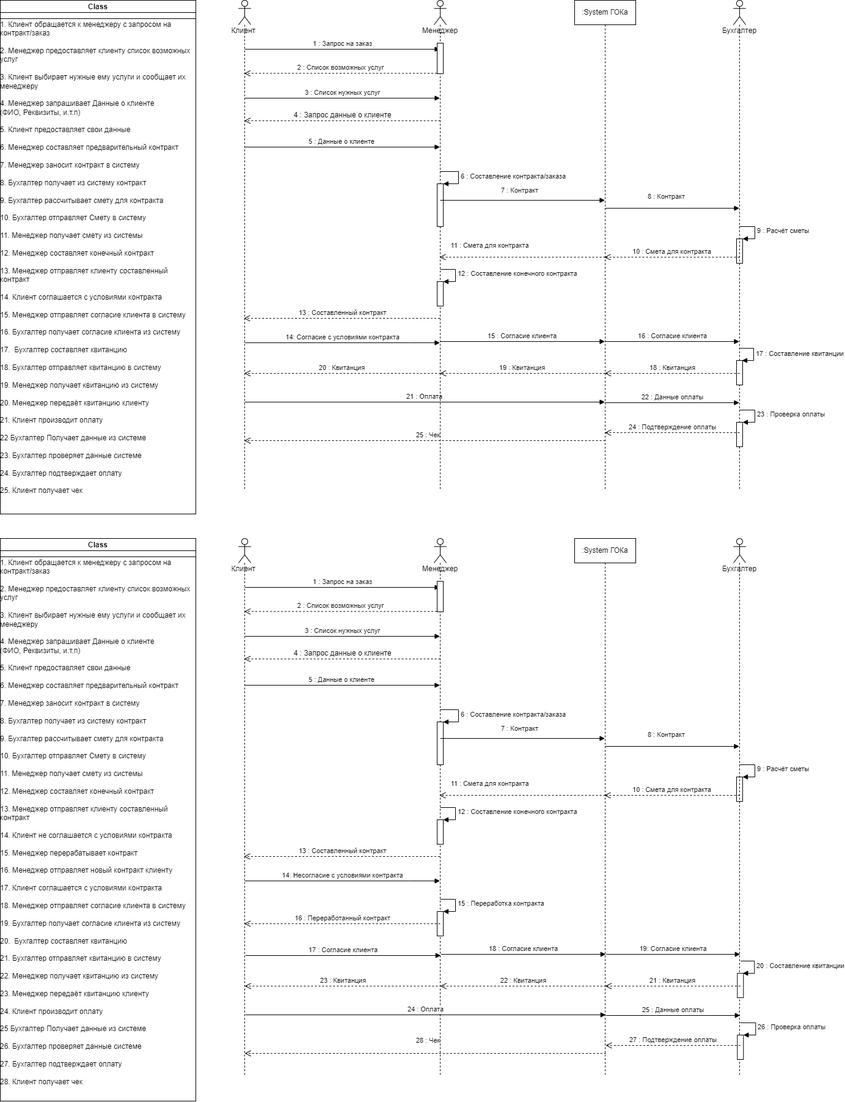
Earlier version of the draw.io export InteractionDiagram.drawio.png (Awftf/UML). Source tidied: cells renumbered, new cells last; positions are measured from the earlier drawing's top-left corner, leaving out a move shared by most shapes.
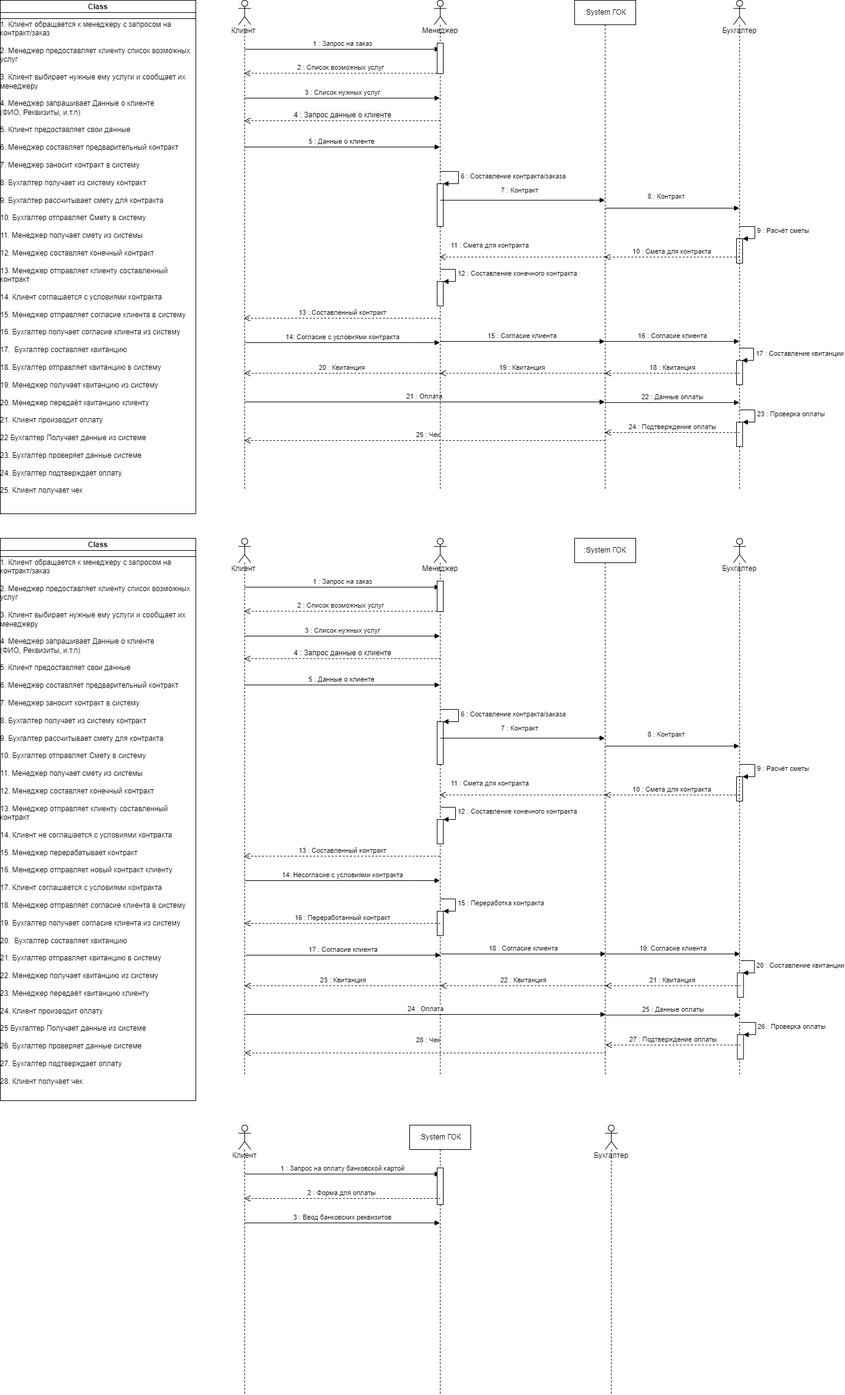
Above is the later version.

The edit, as a diff of the source:
```diff
@@ -105,7 +105,7 @@
     <mxCell id="22" value="2 : Список возможных услуг" style="html=1;verticalAlign=bottom;endArrow=open;dashed=1;endSize=8;rounded=0;exitX=-0.06;exitY=0.988;exitDx=0;exitDy=0;exitPerimeter=0;" parent="1" edge="1" source="8" target="2">
       <mxGeometry relative="1" as="geometry" />
     </mxCell>
-    <mxCell id="23" value=":System ГОКа" style="shape=umlLifeline;perimeter=lifelinePerimeter;whiteSpace=wrap;html=1;outlineConnect=0;" parent="1" vertex="1">
+    <mxCell id="23" value=":System ГОК" style="shape=umlLifeline;perimeter=lifelinePerimeter;whiteSpace=wrap;html=1;outlineConnect=0;" parent="1" vertex="1">
       <mxGeometry x="940" width="100" height="800" as="geometry" />
     </mxCell>
     <mxCell id="24" value="16 : Согласие клиента" style="html=1;verticalAlign=bottom;endArrow=block;rounded=0;" parent="23" edge="1" target="26">
@@ -304,7 +304,7 @@
     <mxCell id="59" value="2 : Список возможных услуг" style="html=1;verticalAlign=bottom;endArrow=open;dashed=1;endSize=8;rounded=0;exitX=-0.06;exitY=0.988;exitDx=0;exitDy=0;exitPerimeter=0;" parent="1" edge="1" source="44" target="39">
       <mxGeometry relative="1" as="geometry" />
     </mxCell>
-    <mxCell id="60" value=":System ГОКа" style="shape=umlLifeline;perimeter=lifelinePerimeter;whiteSpace=wrap;html=1;" parent="1" vertex="1">
+    <mxCell id="60" value=":System ГОК" style="shape=umlLifeline;perimeter=lifelinePerimeter;whiteSpace=wrap;html=1;" parent="1" vertex="1">
       <mxGeometry x="940" y="880" width="100" height="880" as="geometry" />
     </mxCell>
     <mxCell id="61" value="Бухгалтер&lt;br&gt;" style="shape=umlLifeline;participant=umlActor;perimeter=lifelinePerimeter;whiteSpace=wrap;html=1;verticalAlign=top;spacingTop=36;" parent="1" vertex="1">
@@ -426,5 +426,32 @@
         <mxPoint x="720.8" y="1562" as="targetPoint" />
       </mxGeometry>
     </mxCell>
+    <mxCell id="80" value="Клиент" style="shape=umlLifeline;participant=umlActor;perimeter=lifelinePerimeter;whiteSpace=wrap;html=1;verticalAlign=top;spacingTop=36;outlineConnect=0;" parent="1" vertex="1">
+      <mxGeometry x="390" y="1840" width="20" height="440" as="geometry" />
+    </mxCell>
+    <mxCell id="81" value="1 : Запрос на оплату банковской картой" style="html=1;verticalAlign=bottom;endArrow=block;rounded=0;" parent="80" edge="1" target="83">
+      <mxGeometry relative="1" as="geometry">
+        <mxPoint x="10" y="80" as="sourcePoint" />
+      </mxGeometry>
+    </mxCell>
+    <mxCell id="82" value="3 : Ввод банковских реквизитов" style="html=1;verticalAlign=bottom;endArrow=block;rounded=0;" parent="80" edge="1" target="83">
+      <mxGeometry relative="1" as="geometry">
+        <mxPoint x="10" y="160" as="sourcePoint" />
+      </mxGeometry>
+    </mxCell>
+    <mxCell id="83" value=":System ГОК" style="shape=umlLifeline;perimeter=lifelinePerimeter;whiteSpace=wrap;html=1;outlineConnect=0;" parent="1" vertex="1">
+      <mxGeometry x="670" y="1840" width="100" height="440" as="geometry" />
+    </mxCell>
+    <mxCell id="84" style="html=1;perimeter=orthogonalPerimeter;" parent="83" vertex="1">
+      <mxGeometry x="45" y="70" width="10" height="60" as="geometry" />
+    </mxCell>
+    <mxCell id="85" value="Бухгалтер" style="shape=umlLifeline;participant=umlActor;perimeter=lifelinePerimeter;whiteSpace=wrap;html=1;verticalAlign=top;spacingTop=36;" parent="1" vertex="1">
+      <mxGeometry x="990" y="1840" width="20" height="440" as="geometry" />
+    </mxCell>
+    <mxCell id="86" value="2 : Форма для оплаты&amp;nbsp;" style="html=1;verticalAlign=bottom;endArrow=open;dashed=1;endSize=8;rounded=0;" parent="1" edge="1" target="80">
+      <mxGeometry relative="1" as="geometry">
+        <mxPoint x="720" y="1960" as="sourcePoint" />
+      </mxGeometry>
+    </mxCell>
   </root>
 </mxGraphModel>
```
